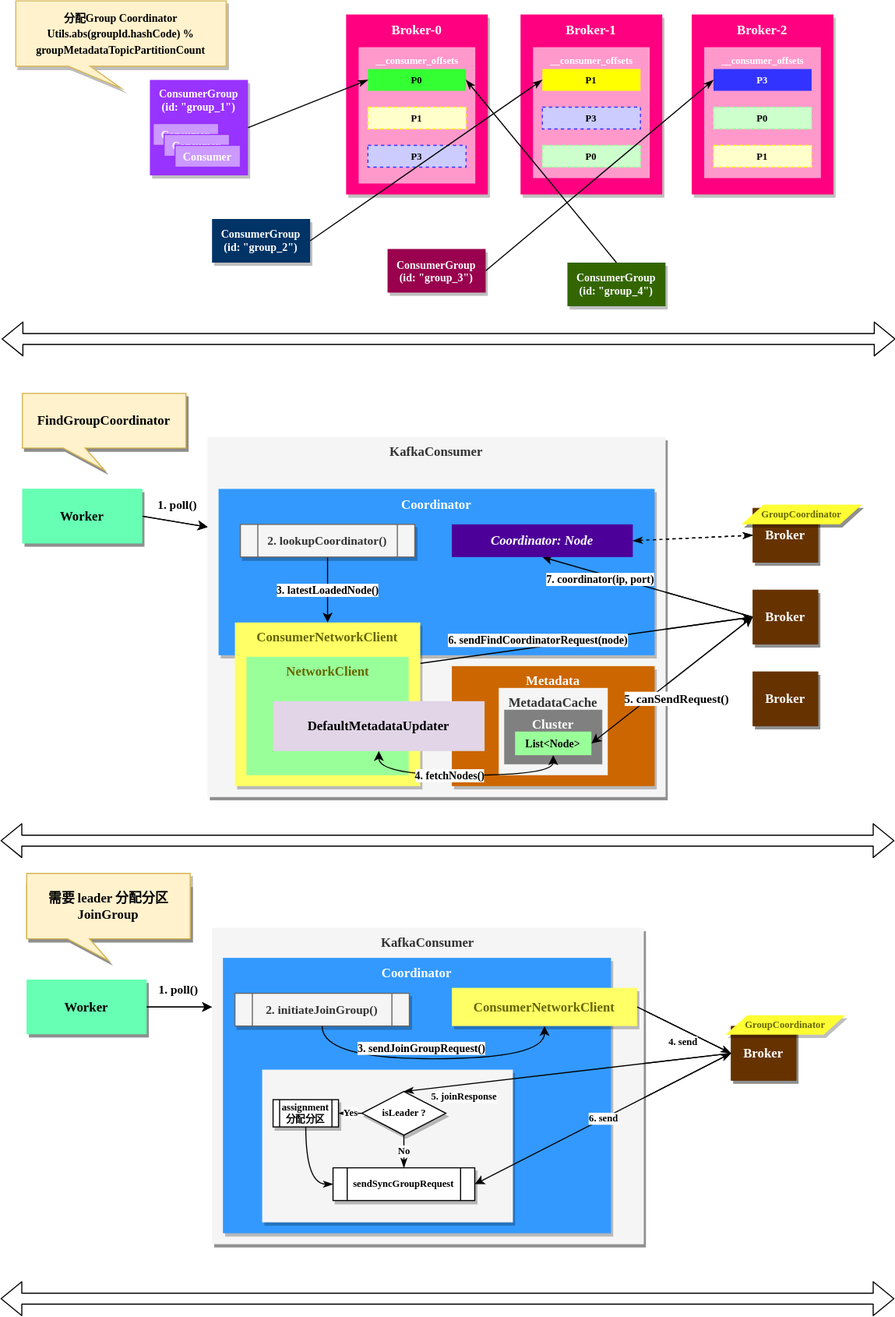
Earlier version of the draw.io export Middleware/MQ/Kafka/images/80-consumer_flow.drawio.svg (jill-poon/mynote). Source tidied: cells renumbered, new cells last; positions are measured from the earlier drawing's top-left corner, leaving out a move shared by most shapes.
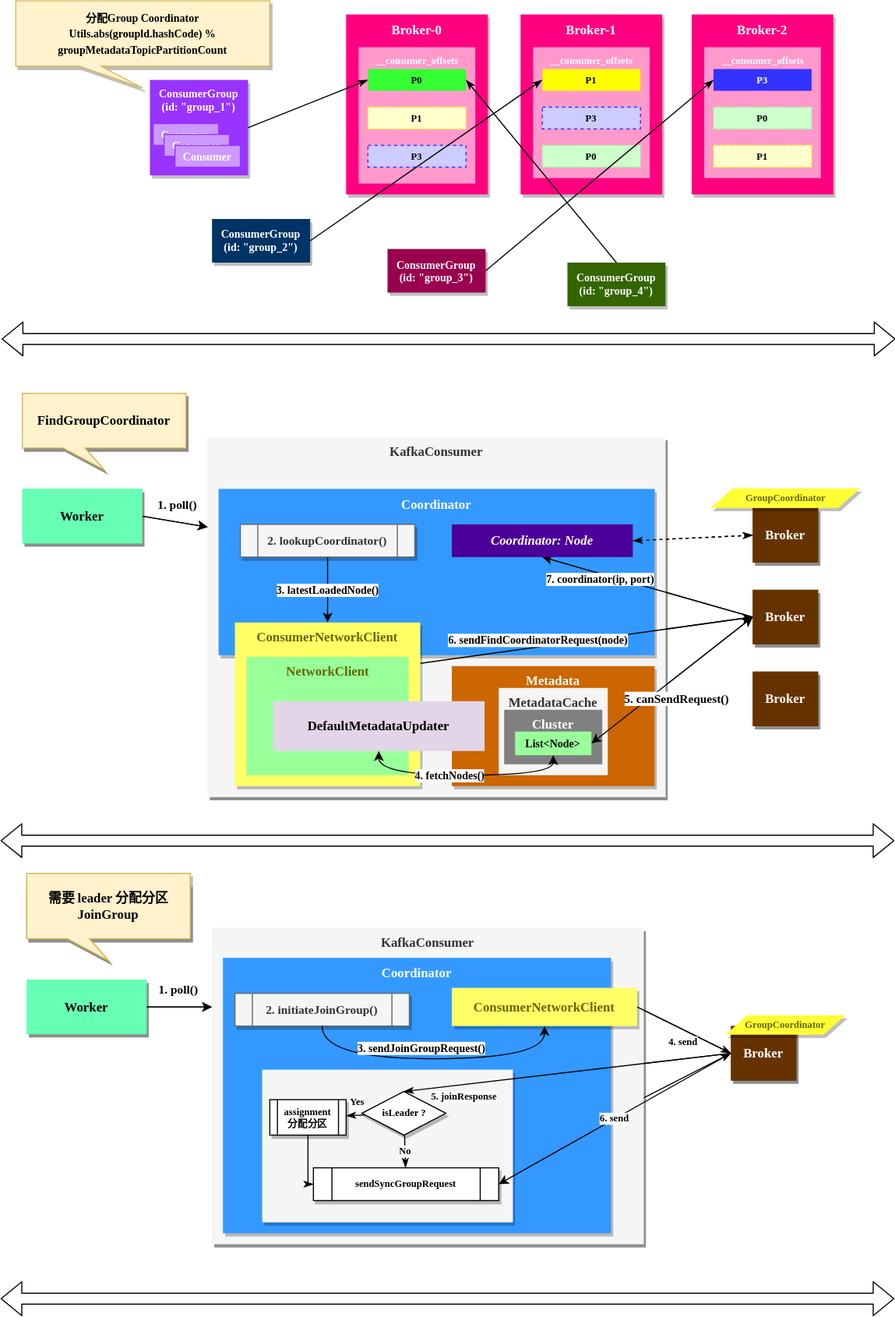
Above is the later version.

Change to the diagram source:
```diff
@@ -75,9 +75,6 @@
     <mxCell id="23" style="edgeStyle=none;html=1;exitX=1;exitY=0.5;exitDx=0;exitDy=0;entryX=0;entryY=0.5;entryDx=0;entryDy=0;labelBackgroundColor=default;fontFamily=Comic Sans MS;fontSize=10;fontColor=#FFFFFF;startArrow=classicThin;startFill=1;fontStyle=1;endArrow=classicThin;endFill=1;dashed=1;" parent="1" edge="1" source="22" target="4">
       <mxGeometry relative="1" as="geometry" />
     </mxCell>
-    <mxCell id="24" value="&lt;span style=&quot;font-size: 9px;&quot;&gt;GroupCoordinator&lt;/span&gt;" style="shape=parallelogram;perimeter=parallelogramPerimeter;whiteSpace=wrap;html=1;fixedSize=1;shadow=1;labelBackgroundColor=none;strokeColor=none;fontFamily=Comic Sans MS;fontSize=9;fontColor=#666600;fillColor=#FFFF33;fontStyle=1;" parent="1" vertex="1">
-      <mxGeometry x="680" y="462" width="110" height="18" as="geometry" />
-    </mxCell>
     <mxCell id="25" value="FindGroupCoordinator" style="shape=callout;whiteSpace=wrap;html=1;perimeter=calloutPerimeter;shadow=1;labelBackgroundColor=none;strokeColor=#d6b656;fontFamily=Comic Sans MS;fontSize=12;fillColor=#fff2cc;size=20;position=0.25;fontStyle=1;" parent="1" vertex="1">
       <mxGeometry x="20" y="360" width="150" height="70" as="geometry" />
     </mxCell>
@@ -232,7 +229,7 @@
       <mxGeometry relative="1" as="geometry" />
     </mxCell>
     <mxCell id="70" value="&lt;span style=&quot;font-size: 9px;&quot;&gt;GroupCoordinator&lt;/span&gt;" style="shape=parallelogram;perimeter=parallelogramPerimeter;whiteSpace=wrap;html=1;fixedSize=1;shadow=1;labelBackgroundColor=none;strokeColor=none;fontFamily=Comic Sans MS;fontSize=9;fontColor=#666600;fillColor=#FFFF33;fontStyle=1;" parent="1" vertex="1">
-      <mxGeometry x="680" y="462" width="110" height="18" as="geometry" />
+      <mxGeometry x="651.5" y="447" width="137" height="18" as="geometry" />
     </mxCell>
     <mxCell id="71" value="FindGroupCoordinator" style="shape=callout;whiteSpace=wrap;html=1;perimeter=calloutPerimeter;shadow=1;labelBackgroundColor=none;strokeColor=#d6b656;fontFamily=Comic Sans MS;fontSize=12;fillColor=#fff2cc;size=20;position=0.25;fontStyle=1;" parent="1" vertex="1">
       <mxGeometry x="20" y="360" width="150" height="70" as="geometry" />
@@ -281,10 +278,10 @@
         </Array>
       </mxGeometry>
     </mxCell>
-    <mxCell id="85" value="Yes" style="edgeStyle=orthogonalEdgeStyle;curved=1;html=1;labelBackgroundColor=default;fontFamily=Comic Sans MS;fontSize=9;fontColor=#000000;startArrow=none;startFill=0;endArrow=classicThin;endFill=1;fontStyle=1;" parent="1" edge="1" source="87" target="90">
-      <mxGeometry relative="1" as="geometry" />
+    <mxCell id="85" value="Yes" style="html=1;labelBackgroundColor=default;fontFamily=Comic Sans MS;fontSize=9;fontColor=#000000;startArrow=none;startFill=0;endArrow=classicThin;endFill=1;fontStyle=1;" parent="1" edge="1" source="87" target="90">
+      <mxGeometry x="-0.21" y="-12" relative="1" as="geometry" />
     </mxCell>
-    <mxCell id="86" value="No" style="edgeStyle=orthogonalEdgeStyle;curved=1;html=1;labelBackgroundColor=default;fontFamily=Comic Sans MS;fontSize=9;fontColor=#000000;startArrow=none;startFill=0;endArrow=classicThin;endFill=1;fontStyle=1;" parent="1" edge="1" source="87" target="92">
+    <mxCell id="86" value="No" style="html=1;labelBackgroundColor=default;fontFamily=Comic Sans MS;fontSize=9;fontColor=#000000;startArrow=none;startFill=0;endArrow=classicThin;endFill=1;fontStyle=1;" parent="1" edge="1" source="87" target="92">
       <mxGeometry relative="1" as="geometry" />
     </mxCell>
     <mxCell id="87" value="isLeader ?" style="rhombus;whiteSpace=wrap;html=1;shadow=1;labelBackgroundColor=none;fontFamily=Comic Sans MS;fontSize=9;strokeColor=default;fontStyle=1;" parent="1" vertex="1">
@@ -293,17 +290,21 @@
     <mxCell id="88" value="5. joinResponse" style="edgeStyle=none;html=1;exitX=0;exitY=0.5;exitDx=0;exitDy=0;entryX=0.5;entryY=0;entryDx=0;entryDy=0;labelBackgroundColor=default;fontFamily=Comic Sans MS;fontSize=9;fontColor=#000000;startArrow=none;startFill=0;endArrow=classicThin;endFill=1;fontStyle=1;" parent="1" edge="1" source="75" target="87">
       <mxGeometry x="0.64" y="11" relative="1" as="geometry" />
     </mxCell>
-    <mxCell id="89" style="edgeStyle=orthogonalEdgeStyle;curved=1;html=1;exitX=0.5;exitY=1;exitDx=0;exitDy=0;entryX=0;entryY=0.5;entryDx=0;entryDy=0;labelBackgroundColor=default;fontFamily=Comic Sans MS;fontSize=9;fontColor=#000000;startArrow=none;startFill=0;endArrow=classicThin;endFill=1;fontStyle=1;" parent="1" edge="1" source="90" target="92">
-      <mxGeometry relative="1" as="geometry" />
+    <mxCell id="89" style="html=1;exitX=0.5;exitY=1;exitDx=0;exitDy=0;entryX=0;entryY=0.5;entryDx=0;entryDy=0;labelBackgroundColor=default;fontFamily=Comic Sans MS;fontSize=9;fontColor=#000000;startArrow=none;startFill=0;endArrow=classicThin;endFill=1;fontStyle=1;edgeStyle=orthogonalEdgeStyle;rounded=0;" parent="1" edge="1" source="90" target="92">
+      <mxGeometry relative="1" as="geometry">
+        <Array as="points">
+          <mxPoint x="282" y="1085" />
+        </Array>
+      </mxGeometry>
     </mxCell>
     <mxCell id="90" value="assignment&lt;br&gt;分配分区" style="shape=process;whiteSpace=wrap;html=1;backgroundOutline=1;fontSize=9;fontFamily=Comic Sans MS;shadow=1;labelBackgroundColor=none;fontStyle=1;" parent="1" vertex="1">
-      <mxGeometry x="250" y="1007.5" width="60" height="25" as="geometry" />
+      <mxGeometry x="247" y="1007.5" width="70" height="32.5" as="geometry" />
     </mxCell>
     <mxCell id="91" value="6. send" style="html=1;exitX=1;exitY=0.5;exitDx=0;exitDy=0;entryX=0;entryY=0.5;entryDx=0;entryDy=0;labelBackgroundColor=default;fontFamily=Comic Sans MS;fontSize=9;fontColor=#000000;startArrow=classic;startFill=1;endArrow=classicThin;endFill=1;fontStyle=1;" parent="1" edge="1" source="92" target="75">
       <mxGeometry relative="1" as="geometry" />
     </mxCell>
     <mxCell id="92" value="sendSyncGroupRequest" style="shape=process;whiteSpace=wrap;html=1;backgroundOutline=1;fontSize=9;fontFamily=Comic Sans MS;shadow=1;labelBackgroundColor=none;fontStyle=1;" parent="1" vertex="1">
-      <mxGeometry x="305" y="1070" width="130" height="30" as="geometry" />
+      <mxGeometry x="287" y="1070" width="170" height="30" as="geometry" />
     </mxCell>
     <mxCell id="93" style="shape=flexArrow;endArrow=classic;startArrow=classic;html=1;labelBackgroundColor=default;fontFamily=Comic Sans MS;fontSize=12;fontColor=#FFFFFF;fontStyle=1;" parent="1" edge="1">
       <mxGeometry relative="1" as="geometry">
@@ -363,7 +364,7 @@
       <mxGeometry x="337" y="132.5" width="90" height="20" as="geometry" />
     </mxCell>
     <mxCell id="111" value="&lt;span style=&quot;font-size: 10px;&quot;&gt;分配Group Coordinator &lt;br&gt;Utils.abs(groupld.hashCode) % groupMetadataTopicPartitionCount&lt;/span&gt;" style="shape=callout;whiteSpace=wrap;html=1;perimeter=calloutPerimeter;shadow=1;labelBackgroundColor=none;strokeColor=#d6b656;fontFamily=Comic Sans MS;fontSize=12;fillColor=#fff2cc;size=20;position=0.25;fontStyle=1;" parent="1" vertex="1">
-      <mxGeometry x="14" width="193" height="80" as="geometry" />
+      <mxGeometry x="14" width="233" height="80" as="geometry" />
     </mxCell>
     <mxCell id="112" value="Consumer" style="rounded=0;whiteSpace=wrap;html=1;shadow=0;labelBackgroundColor=none;strokeColor=#9933FF;fontFamily=Comic Sans MS;fontSize=10;fontColor=#FFFFFF;fillColor=#CC99FF;fontStyle=1;" parent="1" vertex="1">
       <mxGeometry x="140" y="112.5" width="60" height="20" as="geometry" />
```
